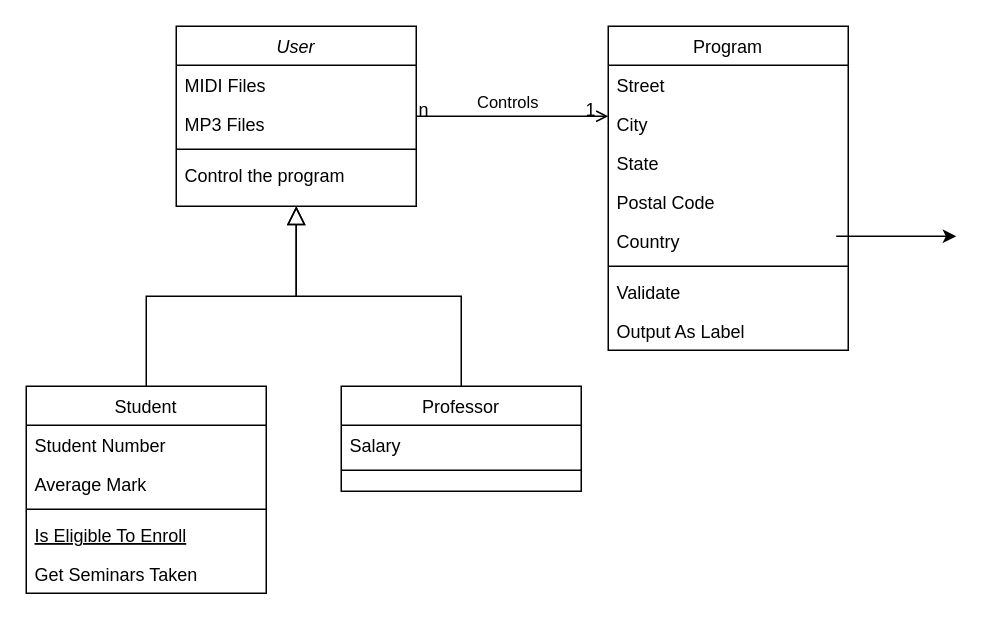
1870944317/Hello-GitHub keeps this draw.io diagram as 软件工程.drawio. Above is the earlier version. Source tidied: cells renumbered, new cells numbered last; positions are measured from the earlier drawing's top-left corner, leaving out a move shared by most shapes. Both pictures are drawn from the tidied source at 150%, with x=0, y=0 at pixel (26, 26).
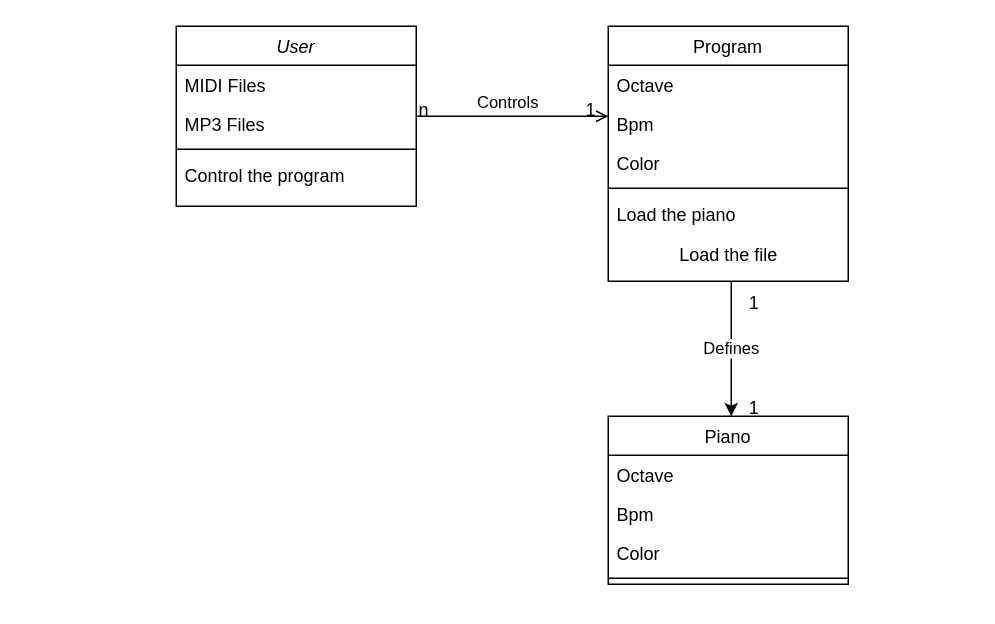
The same diagram, later.

Commit message (it also covers changes not shown here):
更新软件工程.drawio

Unchanged cells that the change refers to:
```xml
<mxCell id="2" value="User" style="swimlane;fontStyle=2;align=center;verticalAlign=top;horizontal=1;startSize=26;rounded=0;shadow=0;strokeWidth=1;" parent="1" vertex="1">
  <mxGeometry x="100" width="160" height="120" as="geometry" />
</mxCell>
```

The edit, as a diff of the source:
```diff
@@
-    <mxCell id="7" value="Student" style="swimlane;fontStyle=0;align=center;verticalAlign=top;horizontal=1;startSize=26;rounded=0;shadow=0;strokeWidth=1;" parent="1" vertex="1">
-      <mxGeometry y="240" width="160" height="138" as="geometry" />
-    </mxCell>
-    <mxCell id="8" value="Student Number" style="text;align=left;verticalAlign=top;spacingLeft=4;spacingRight=4;overflow=hidden;" parent="7" vertex="1">
-      <mxGeometry y="26" width="160" height="26" as="geometry" />
-    </mxCell>
-    <mxCell id="9" value="Average Mark" style="text;align=left;verticalAlign=top;spacingLeft=4;spacingRight=4;overflow=hidden;rounded=0;shadow=0;html=0;" parent="7" vertex="1">
-      <mxGeometry y="52" width="160" height="26" as="geometry" />
-    </mxCell>
-    <mxCell id="10" style="line;html=1;strokeWidth=1;align=left;verticalAlign=middle;spacingTop=-1;spacingLeft=3;spacingRight=3;labelPosition=right;" parent="7" vertex="1">
-      <mxGeometry y="78" width="160" height="8" as="geometry" />
-    </mxCell>
-    <mxCell id="11" value="Is Eligible To Enroll" style="text;align=left;verticalAlign=top;spacingLeft=4;spacingRight=4;overflow=hidden;fontStyle=4;" parent="7" vertex="1">
-      <mxGeometry y="86" width="160" height="26" as="geometry" />
-    </mxCell>
-    <mxCell id="12" value="Get Seminars Taken" style="text;align=left;verticalAlign=top;spacingLeft=4;spacingRight=4;overflow=hidden;" parent="7" vertex="1">
-      <mxGeometry y="112" width="160" height="26" as="geometry" />
-    </mxCell>
-    <mxCell id="13" style="endArrow=block;endSize=10;endFill=0;shadow=0;strokeWidth=1;rounded=0;edgeStyle=elbowEdgeStyle;elbow=vertical;" parent="1" edge="1" source="7" target="2">
-      <mxGeometry relative="1" as="geometry" />
-    </mxCell>
-    <mxCell id="14" value="Professor" style="swimlane;fontStyle=0;align=center;verticalAlign=top;horizontal=1;startSize=26;rounded=0;shadow=0;strokeWidth=1;" parent="1" vertex="1">
-      <mxGeometry x="210" y="240" width="160" height="70" as="geometry" />
+    <mxCell id="14" value="Piano" style="swimlane;fontStyle=0;align=center;verticalAlign=top;horizontal=1;startSize=26;rounded=0;shadow=0;strokeWidth=1;" parent="1" vertex="1">
+      <mxGeometry x="388" y="260" width="160" height="112" as="geometry" />
     </mxCell>
-    <mxCell id="15" value="Salary" style="text;align=left;verticalAlign=top;spacingLeft=4;spacingRight=4;overflow=hidden;" parent="14" vertex="1">
+    <mxCell id="15" value="Octave" style="text;align=left;verticalAlign=top;spacingLeft=4;spacingRight=4;overflow=hidden;" parent="14" vertex="1">
       <mxGeometry y="26" width="160" height="26" as="geometry" />
     </mxCell>
+    <mxCell id="32" value="Bpm" style="text;align=left;verticalAlign=top;spacingLeft=4;spacingRight=4;overflow=hidden;" parent="14" vertex="1">
+      <mxGeometry y="52" width="160" height="26" as="geometry" />
+    </mxCell>
+    <mxCell id="33" value="Color" style="text;align=left;verticalAlign=top;spacingLeft=4;spacingRight=4;overflow=hidden;" parent="14" vertex="1">
+      <mxGeometry y="78" width="160" height="26" as="geometry" />
+    </mxCell>
     <mxCell id="16" style="line;html=1;strokeWidth=1;align=left;verticalAlign=middle;spacingTop=-1;spacingLeft=3;spacingRight=3;labelPosition=right;" parent="14" vertex="1">
-      <mxGeometry y="52" width="160" height="8" as="geometry" />
+      <mxGeometry y="104" width="160" height="8" as="geometry" />
     </mxCell>
-    <mxCell id="17" style="endArrow=block;endSize=10;endFill=0;shadow=0;strokeWidth=1;rounded=0;edgeStyle=elbowEdgeStyle;elbow=vertical;" parent="1" edge="1" source="14" target="2">
-      <mxGeometry relative="1" as="geometry" />
-    </mxCell>
     <mxCell id="18" value="Program" style="swimlane;fontStyle=0;align=center;verticalAlign=top;horizontal=1;startSize=26;rounded=0;shadow=0;strokeWidth=1;" parent="1" vertex="1">
-      <mxGeometry x="388" width="160" height="216" as="geometry" />
+      <mxGeometry x="388" width="160" height="170" as="geometry" />
     </mxCell>
-    <mxCell id="19" value="Street" style="text;align=left;verticalAlign=top;spacingLeft=4;spacingRight=4;overflow=hidden;" parent="18" vertex="1">
+    <mxCell id="19" value="Octave" style="text;align=left;verticalAlign=top;spacingLeft=4;spacingRight=4;overflow=hidden;" parent="18" vertex="1">
       <mxGeometry y="26" width="160" height="26" as="geometry" />
     </mxCell>
-    <mxCell id="20" value="City" style="text;align=left;verticalAlign=top;spacingLeft=4;spacingRight=4;overflow=hidden;rounded=0;shadow=0;html=0;" parent="18" vertex="1">
+    <mxCell id="20" value="Bpm" style="text;align=left;verticalAlign=top;spacingLeft=4;spacingRight=4;overflow=hidden;rounded=0;shadow=0;html=0;" parent="18" vertex="1">
       <mxGeometry y="52" width="160" height="26" as="geometry" />
     </mxCell>
-    <mxCell id="21" value="State" style="text;align=left;verticalAlign=top;spacingLeft=4;spacingRight=4;overflow=hidden;rounded=0;shadow=0;html=0;" parent="18" vertex="1">
+    <mxCell id="21" value="Color" style="text;align=left;verticalAlign=top;spacingLeft=4;spacingRight=4;overflow=hidden;rounded=0;shadow=0;html=0;" parent="18" vertex="1">
       <mxGeometry y="78" width="160" height="26" as="geometry" />
     </mxCell>
-    <mxCell id="22" value="Postal Code" style="text;align=left;verticalAlign=top;spacingLeft=4;spacingRight=4;overflow=hidden;rounded=0;shadow=0;html=0;" parent="18" vertex="1">
-      <mxGeometry y="104" width="160" height="26" as="geometry" />
-    </mxCell>
-    <mxCell id="23" value="Country" style="text;align=left;verticalAlign=top;spacingLeft=4;spacingRight=4;overflow=hidden;rounded=0;shadow=0;html=0;" parent="18" vertex="1">
-      <mxGeometry y="130" width="160" height="26" as="geometry" />
-    </mxCell>
     <mxCell id="24" style="line;html=1;strokeWidth=1;align=left;verticalAlign=middle;spacingTop=-1;spacingLeft=3;spacingRight=3;labelPosition=right;" parent="18" vertex="1">
-      <mxGeometry y="156" width="160" height="8" as="geometry" />
+      <mxGeometry y="104" width="160" height="8" as="geometry" />
     </mxCell>
-    <mxCell id="25" value="Validate" style="text;align=left;verticalAlign=top;spacingLeft=4;spacingRight=4;overflow=hidden;" parent="18" vertex="1">
-      <mxGeometry y="164" width="160" height="26" as="geometry" />
+    <mxCell id="25" value="Load the piano" style="text;align=left;verticalAlign=top;spacingLeft=4;spacingRight=4;overflow=hidden;" parent="18" vertex="1">
+      <mxGeometry y="112" width="160" height="26" as="geometry" />
     </mxCell>
-    <mxCell id="26" value="Output As Label" style="text;align=left;verticalAlign=top;spacingLeft=4;spacingRight=4;overflow=hidden;" parent="18" vertex="1">
-      <mxGeometry y="190" width="160" height="26" as="geometry" />
-    </mxCell>
+    <mxCell id="34" value="Load the file" style="text;html=1;align=center;verticalAlign=middle;strokeColor=none;fillColor=none;" parent="18" vertex="1">
+      <mxGeometry y="138" width="160" height="30" as="geometry" />
+    </mxCell>
@@
     <mxCell id="31" style="edgeStyle=none;orthogonalLoop=1;jettySize=auto;html=1;rounded=0;" parent="1" edge="1">
       <mxGeometry relative="1" as="geometry">
-        <mxPoint x="540" y="140" as="sourcePoint" />
-        <mxPoint x="620" y="140" as="targetPoint" />
+        <mxPoint x="470" y="170" as="sourcePoint" />
+        <mxPoint x="470" y="260" as="targetPoint" />
       </mxGeometry>
     </mxCell>
+    <mxCell id="35" value="Defines" style="edgeLabel;html=1;align=center;verticalAlign=middle;" parent="31" vertex="1">
+      <mxGeometry x="0.31" y="-1" relative="1" as="geometry">
+        <mxPoint y="-15" as="offset" />
+      </mxGeometry>
+    </mxCell>
+    <mxCell id="36" value="1" style="text;html=1;align=center;verticalAlign=middle;strokeColor=none;fillColor=none;" parent="1" vertex="1">
+      <mxGeometry x="470" y="170" width="30" height="30" as="geometry" />
+    </mxCell>
+    <mxCell id="37" value="1" style="text;html=1;align=center;verticalAlign=middle;strokeColor=none;fillColor=none;" parent="1" vertex="1">
+      <mxGeometry x="470" y="240" width="30" height="30" as="geometry" />
+    </mxCell>
```
